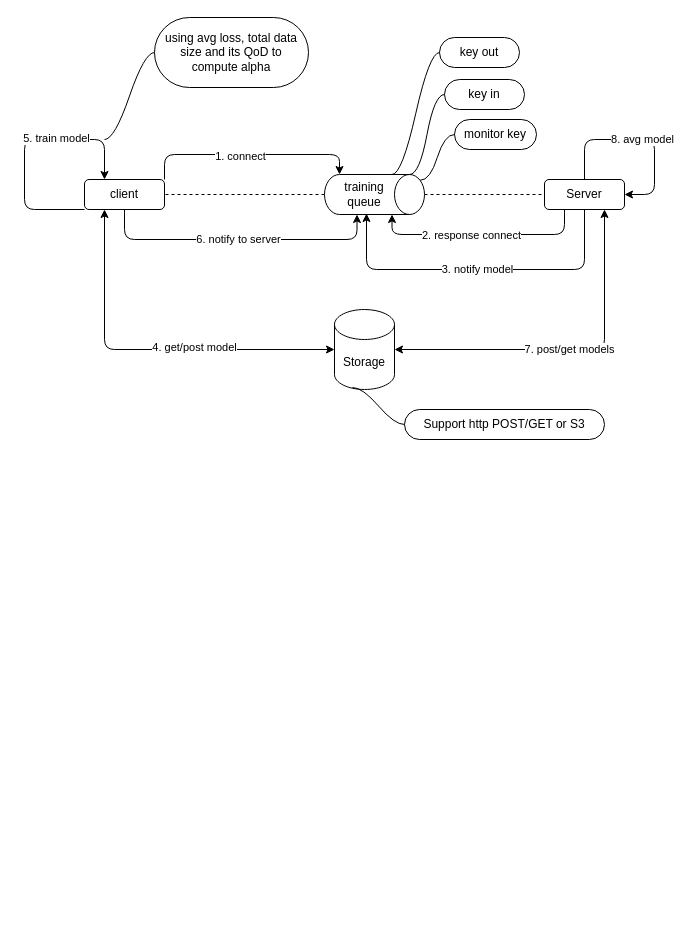
This is page "Page-1" (1 of 2) of Diagram.drawio from soeai/asyn2f, a draw.io file, before an edit. Source tidied: cells renumbered, new cells numbered last; positions are measured from the earlier drawing's top-left corner, leaving out a move shared by most shapes. Both pictures are drawn from the tidied source at 100%, with x=0, y=0 at pixel (24, 17).
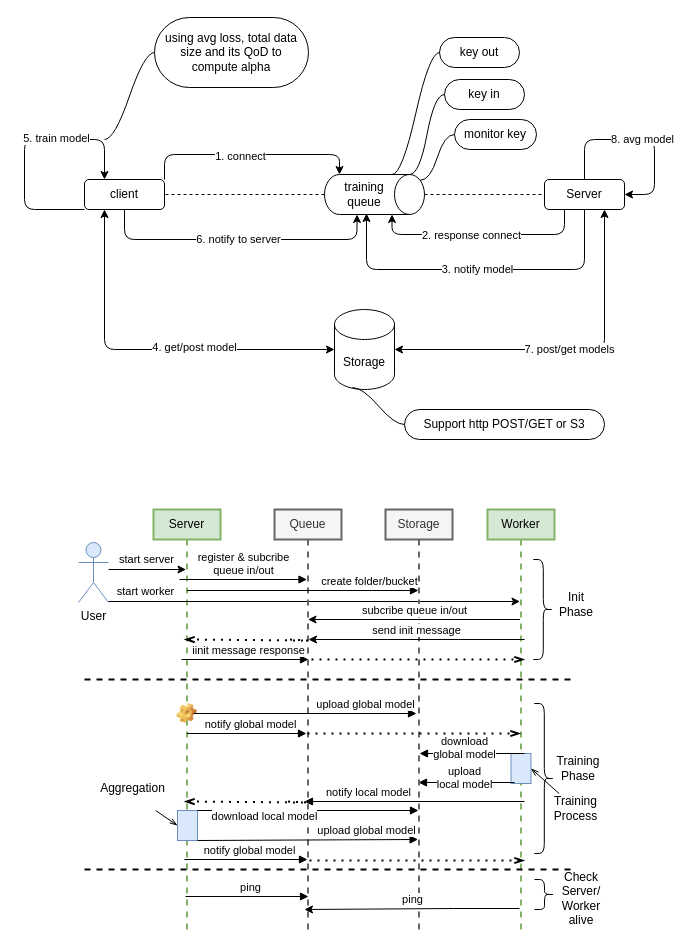
The same diagram, later.

What changed in the source:
```diff
@@
+    <mxCell id="31" value="Server" style="shape=umlLifeline;perimeter=lifelinePerimeter;whiteSpace=wrap;html=1;outlineConnect=0;shadow=0;gradientDirection=east;size=30;fillColor=#d5e8d4;strokeColor=#82b366;strokeWidth=2;" parent="1" vertex="1">
+      <mxGeometry x="129" y="492" width="67" height="420" as="geometry" />
+    </mxCell>
+    <mxCell id="32" value="start worker" style="edgeStyle=none;rounded=0;jettySize=auto;html=1;" parent="31" edge="1" target="34">
+      <mxGeometry x="-0.82" y="10" relative="1" as="geometry">
+        <mxPoint x="-45" y="92" as="sourcePoint" />
+      </mxGeometry>
+    </mxCell>
+    <mxCell id="33" style="rounded=0;whiteSpace=wrap;html=1;shadow=0;gradientDirection=east;fillColor=#dae8fc;strokeColor=#6c8ebf;" parent="31" vertex="1">
+      <mxGeometry x="24" y="301" width="20" height="30" as="geometry" />
+    </mxCell>
+    <mxCell id="34" value="Worker" style="shape=umlLifeline;perimeter=lifelinePerimeter;whiteSpace=wrap;html=1;outlineConnect=0;shadow=0;gradientDirection=east;size=30;fillColor=#d5e8d4;strokeColor=#82b366;strokeWidth=2;" parent="1" vertex="1">
+      <mxGeometry x="463" y="492" width="67" height="420" as="geometry" />
+    </mxCell>
+    <mxCell id="35" style="rounded=0;whiteSpace=wrap;html=1;shadow=0;gradientDirection=east;fillColor=#dae8fc;strokeColor=#6c8ebf;" parent="34" vertex="1">
+      <mxGeometry x="23.5" y="244" width="20" height="30" as="geometry" />
+    </mxCell>
+    <mxCell id="36" value="upload &lt;br&gt;local model" style="html=1;verticalAlign=bottom;endArrow=none;rounded=0;endFill=0;startArrow=block;startFill=1;" parent="34" edge="1">
+      <mxGeometry x="-0.04" y="-11" relative="1" as="geometry">
+        <mxPoint x="-69" y="273" as="sourcePoint" />
+        <mxPoint x="27" y="273" as="targetPoint" />
+      </mxGeometry>
+    </mxCell>
+    <mxCell id="37" style="shape=curlyBracket;whiteSpace=wrap;html=1;rounded=1;flipH=1;shadow=0;gradientColor=none;gradientDirection=east;" parent="34" vertex="1">
+      <mxGeometry x="47" y="370" width="20" height="30" as="geometry" />
+    </mxCell>
+    <mxCell id="38" value="Queue" style="shape=umlLifeline;perimeter=lifelinePerimeter;whiteSpace=wrap;html=1;outlineConnect=0;shadow=0;gradientDirection=east;size=30;fillColor=#f5f5f5;fontColor=#333333;strokeColor=#666666;strokeWidth=2;" parent="1" vertex="1">
+      <mxGeometry x="250" y="492" width="67" height="420" as="geometry" />
+    </mxCell>
+    <mxCell id="39" style="endArrow=openThin;dashed=1;html=1;dashPattern=1 3;strokeWidth=2;rounded=0;endFill=0;endSize=6;" parent="38" edge="1">
+      <mxGeometry relative="1" as="geometry">
+        <mxPoint x="35" y="351" as="sourcePoint" />
+        <mxPoint x="250" y="351" as="targetPoint" />
+        <Array as="points">
+          <mxPoint x="183.3" y="351" />
+        </Array>
+      </mxGeometry>
+    </mxCell>
+    <mxCell id="40" value="Storage" style="shape=umlLifeline;perimeter=lifelinePerimeter;whiteSpace=wrap;html=1;shadow=0;gradientDirection=east;size=30;fillColor=#f5f5f5;fontColor=#333333;strokeColor=#666666;strokeWidth=2;" parent="1" vertex="1">
+      <mxGeometry x="361" y="492" width="67" height="420" as="geometry" />
+    </mxCell>
+    <mxCell id="41" style="endArrow=openThin;dashed=1;html=1;dashPattern=1 3;strokeWidth=2;rounded=0;endFill=0;endSize=6;" parent="40" edge="1">
+      <mxGeometry relative="1" as="geometry">
+        <mxPoint x="-74" y="150" as="sourcePoint" />
+        <mxPoint x="139" y="150" as="targetPoint" />
+        <Array as="points">
+          <mxPoint x="63" y="150" />
+        </Array>
+      </mxGeometry>
+    </mxCell>
+    <mxCell id="42" value="ping" style="html=1;verticalAlign=bottom;endArrow=none;rounded=0;startArrow=classic;startFill=1;endFill=0;" parent="40" edge="1">
+      <mxGeometry relative="1" as="geometry">
+        <mxPoint x="-81" y="400" as="sourcePoint" />
+        <mxPoint x="134" y="399" as="targetPoint" />
+        <Array as="points">
+          <mxPoint x="68" y="399" />
+        </Array>
+      </mxGeometry>
+    </mxCell>
+    <mxCell id="43" value="start server" style="edgeStyle=none;rounded=0;jettySize=auto;html=1;" parent="1" edge="1" target="31">
+      <mxGeometry x="-0.03" y="10" relative="1" as="geometry">
+        <mxPoint x="84" y="552" as="sourcePoint" />
+      </mxGeometry>
+    </mxCell>
+    <mxCell id="44" value="User" style="shape=umlActor;verticalLabelPosition=bottom;verticalAlign=top;html=1;shadow=0;gradientDirection=east;fillColor=#dae8fc;strokeColor=#6c8ebf;" parent="1" vertex="1">
+      <mxGeometry x="54" y="525" width="30" height="60" as="geometry" />
+    </mxCell>
+    <mxCell id="45" value="register &amp;amp; subcribe &lt;br&gt;queue in/out" style="html=1;verticalAlign=bottom;endArrow=block;rounded=0;" parent="1" edge="1" target="38">
+      <mxGeometry relative="1" as="geometry">
+        <mxPoint x="155" y="562" as="sourcePoint" />
+      </mxGeometry>
+    </mxCell>
+    <mxCell id="46" value="create folder/bucket" style="html=1;verticalAlign=bottom;endArrow=block;rounded=0;" parent="1" edge="1" source="31">
+      <mxGeometry x="0.57" relative="1" as="geometry">
+        <mxPoint x="394" y="573" as="targetPoint" />
+      </mxGeometry>
+    </mxCell>
+    <mxCell id="47" value="subcribe queue in/out" style="html=1;verticalAlign=bottom;endArrow=none;rounded=0;startArrow=classic;startFill=1;endFill=0;" parent="1" edge="1" source="38" target="34">
+      <mxGeometry relative="1" as="geometry">
+        <Array as="points">
+          <mxPoint x="430" y="602" />
+        </Array>
+      </mxGeometry>
+    </mxCell>
+    <mxCell id="48" style="shape=curlyBracket;whiteSpace=wrap;html=1;rounded=1;flipH=1;shadow=0;gradientColor=none;gradientDirection=east;" parent="1" vertex="1">
+      <mxGeometry x="508.8" y="542" width="20" height="100" as="geometry" />
+    </mxCell>
+    <mxCell id="49" value="Init Phase" style="text;html=1;strokeColor=none;fillColor=none;align=center;verticalAlign=middle;whiteSpace=wrap;rounded=0;shadow=0;" parent="1" vertex="1">
+      <mxGeometry x="527" y="572" width="50" height="30" as="geometry" />
+    </mxCell>
+    <mxCell id="50" value="upload global model" style="html=1;verticalAlign=bottom;endArrow=block;rounded=0;startArrow=none;" parent="1" edge="1" source="67">
+      <mxGeometry x="0.53" relative="1" as="geometry">
+        <mxPoint x="392" y="696" as="targetPoint" />
+      </mxGeometry>
+    </mxCell>
+    <mxCell id="51" value="notify global model" style="html=1;verticalAlign=bottom;endArrow=block;rounded=0;" parent="1" edge="1" source="31">
+      <mxGeometry x="0.05" relative="1" as="geometry">
+        <mxPoint x="282" y="716" as="targetPoint" />
+      </mxGeometry>
+    </mxCell>
+    <mxCell id="52" style="endArrow=openThin;dashed=1;html=1;dashPattern=1 3;strokeWidth=2;rounded=0;endFill=0;endSize=6;" parent="1" edge="1">
+      <mxGeometry relative="1" as="geometry">
+        <mxPoint x="283" y="716" as="sourcePoint" />
+        <mxPoint x="496" y="716" as="targetPoint" />
+        <Array as="points">
+          <mxPoint x="420" y="716" />
+        </Array>
+      </mxGeometry>
+    </mxCell>
+    <mxCell id="53" value="download &lt;br&gt;global model" style="html=1;verticalAlign=bottom;endArrow=none;rounded=0;endFill=0;startArrow=block;startFill=1;" parent="1" edge="1">
+      <mxGeometry x="-0.14" y="-10" relative="1" as="geometry">
+        <mxPoint x="395" y="736" as="sourcePoint" />
+        <mxPoint x="500" y="736" as="targetPoint" />
+      </mxGeometry>
+    </mxCell>
+    <mxCell id="54" value="notify local model" style="html=1;verticalAlign=bottom;endArrow=none;rounded=0;endFill=0;startArrow=block;startFill=1;" parent="1" edge="1">
+      <mxGeometry x="-0.42" relative="1" as="geometry">
+        <mxPoint x="280" y="784" as="sourcePoint" />
+        <mxPoint x="500" y="784" as="targetPoint" />
+      </mxGeometry>
+    </mxCell>
+    <mxCell id="55" style="endArrow=none;dashed=1;html=1;dashPattern=1 3;strokeWidth=2;rounded=0;endFill=0;endSize=4;startArrow=openThin;startFill=0;" parent="1" edge="1">
+      <mxGeometry relative="1" as="geometry">
+        <mxPoint x="160" y="622" as="sourcePoint" />
+        <mxPoint x="264" y="622" as="targetPoint" />
+        <Array as="points">
+          <mxPoint x="284" y="623" />
+        </Array>
+      </mxGeometry>
+    </mxCell>
+    <mxCell id="56" value="upload global model" style="html=1;verticalAlign=bottom;endArrow=block;rounded=0;exitX=1;exitY=1;exitDx=0;exitDy=0;" parent="1" edge="1" source="33">
+      <mxGeometry x="0.53" relative="1" as="geometry">
+        <mxPoint x="393.6" y="822" as="targetPoint" />
+      </mxGeometry>
+    </mxCell>
+    <mxCell id="57" value="notify global model" style="html=1;verticalAlign=bottom;endArrow=block;rounded=0;" parent="1" edge="1">
+      <mxGeometry x="0.05" relative="1" as="geometry">
+        <mxPoint x="160" y="842" as="sourcePoint" />
+        <mxPoint x="283" y="842" as="targetPoint" />
+      </mxGeometry>
+    </mxCell>
+    <mxCell id="58" style="shape=curlyBracket;whiteSpace=wrap;html=1;rounded=1;flipH=1;shadow=0;gradientColor=none;gradientDirection=east;" parent="1" vertex="1">
+      <mxGeometry x="509.8" y="686" width="20" height="150" as="geometry" />
+    </mxCell>
+    <mxCell id="59" value="Training Phase" style="text;html=1;strokeColor=none;fillColor=none;align=center;verticalAlign=middle;whiteSpace=wrap;rounded=0;shadow=0;" parent="1" vertex="1">
+      <mxGeometry x="527.8" y="736" width="51.6" height="30" as="geometry" />
+    </mxCell>
+    <mxCell id="60" style="edgeStyle=none;rounded=0;jettySize=auto;html=1;entryX=0;entryY=0.5;entryDx=0;entryDy=0;startArrow=none;startFill=0;endArrow=openThin;endFill=0;endSize=6;" parent="1" edge="1" target="33">
+      <mxGeometry relative="1" as="geometry">
+        <mxPoint x="131.2" y="793" as="sourcePoint" />
+      </mxGeometry>
+    </mxCell>
+    <mxCell id="61" value="Aggregation" style="text;html=1;strokeColor=none;fillColor=none;align=center;verticalAlign=middle;whiteSpace=wrap;rounded=0;shadow=0;" parent="1" vertex="1">
+      <mxGeometry x="72" y="756" width="73" height="30" as="geometry" />
+    </mxCell>
+    <mxCell id="62" style="edgeStyle=none;rounded=0;jettySize=auto;html=1;entryX=1;entryY=0.5;entryDx=0;entryDy=0;startArrow=none;startFill=0;endArrow=openThin;endFill=0;endSize=6;" parent="1" edge="1" source="63" target="35">
+      <mxGeometry relative="1" as="geometry" />
+    </mxCell>
+    <mxCell id="63" value="Training Process" style="text;html=1;strokeColor=none;fillColor=none;align=center;verticalAlign=middle;whiteSpace=wrap;rounded=0;shadow=0;" parent="1" vertex="1">
+      <mxGeometry x="525" y="776" width="53" height="30" as="geometry" />
+    </mxCell>
+    <mxCell id="64" value="download local model" style="html=1;verticalAlign=bottom;endArrow=block;rounded=0;exitX=1;exitY=0;exitDx=0;exitDy=0;" parent="1" edge="1" source="33">
+      <mxGeometry x="-0.39" y="-15" relative="1" as="geometry">
+        <mxPoint x="394" y="793" as="targetPoint" />
+      </mxGeometry>
+    </mxCell>
+    <mxCell id="65" value="send init message" style="html=1;verticalAlign=bottom;endArrow=none;rounded=0;startArrow=classic;startFill=1;endFill=0;" parent="1" edge="1">
+      <mxGeometry relative="1" as="geometry">
+        <mxPoint x="284" y="622" as="sourcePoint" />
+        <mxPoint x="500" y="622" as="targetPoint" />
+        <Array as="points">
+          <mxPoint x="434" y="622" />
+        </Array>
+      </mxGeometry>
+    </mxCell>
+    <mxCell id="66" value="iinit message response" style="html=1;verticalAlign=bottom;endArrow=block;rounded=0;" parent="1" edge="1">
+      <mxGeometry x="0.05" relative="1" as="geometry">
+        <mxPoint x="157" y="642" as="sourcePoint" />
+        <mxPoint x="284" y="642" as="targetPoint" />
+      </mxGeometry>
+    </mxCell>
+    <mxCell id="67" style="shape=image;html=1;verticalLabelPosition=bottom;verticalAlign=top;imageAspect=0;image=img/clipart/Gear_128x128.png;shadow=0;gradientColor=none;gradientDirection=east;" parent="1" vertex="1">
+      <mxGeometry x="152.5" y="686" width="20" height="20" as="geometry" />
+    </mxCell>
+    <mxCell id="68" style="html=1;verticalAlign=bottom;endArrow=none;rounded=0;" parent="1" edge="1" target="67">
+      <mxGeometry x="0.53" relative="1" as="geometry">
+        <mxPoint x="169" y="696" as="sourcePoint" />
+      </mxGeometry>
+    </mxCell>
+    <mxCell id="69" style="endArrow=none;dashed=1;html=1;dashPattern=1 3;strokeWidth=2;rounded=0;endFill=0;endSize=4;startArrow=openThin;startFill=0;" parent="1" edge="1">
+      <mxGeometry relative="1" as="geometry">
+        <mxPoint x="160" y="784" as="sourcePoint" />
+        <mxPoint x="263" y="784" as="targetPoint" />
+        <Array as="points">
+          <mxPoint x="283" y="785" />
+        </Array>
+      </mxGeometry>
+    </mxCell>
+    <mxCell id="70" value="ping" style="html=1;verticalAlign=bottom;endArrow=block;rounded=0;" parent="1" edge="1">
+      <mxGeometry x="0.05" relative="1" as="geometry">
+        <mxPoint x="161" y="879" as="sourcePoint" />
+        <mxPoint x="284" y="879" as="targetPoint" />
+      </mxGeometry>
+    </mxCell>
+    <mxCell id="71" value="Check Server/ Worker alive" style="text;html=1;strokeColor=none;fillColor=none;align=center;verticalAlign=middle;whiteSpace=wrap;rounded=0;shadow=0;" parent="1" vertex="1">
+      <mxGeometry x="527" y="866" width="60" height="30" as="geometry" />
+    </mxCell>
+    <mxCell id="72" style="endArrow=none;dashed=1;html=1;rounded=0;strokeWidth=2;" parent="1" edge="1">
+      <mxGeometry relative="1" as="geometry">
+        <mxPoint x="60" y="662" as="sourcePoint" />
+        <mxPoint x="550" y="662" as="targetPoint" />
+      </mxGeometry>
+    </mxCell>
+    <mxCell id="73" style="endArrow=none;dashed=1;html=1;rounded=0;strokeWidth=2;" parent="1" edge="1">
+      <mxGeometry relative="1" as="geometry">
+        <mxPoint x="60" y="852" as="sourcePoint" />
+        <mxPoint x="550" y="852" as="targetPoint" />
+      </mxGeometry>
+    </mxCell>
```
